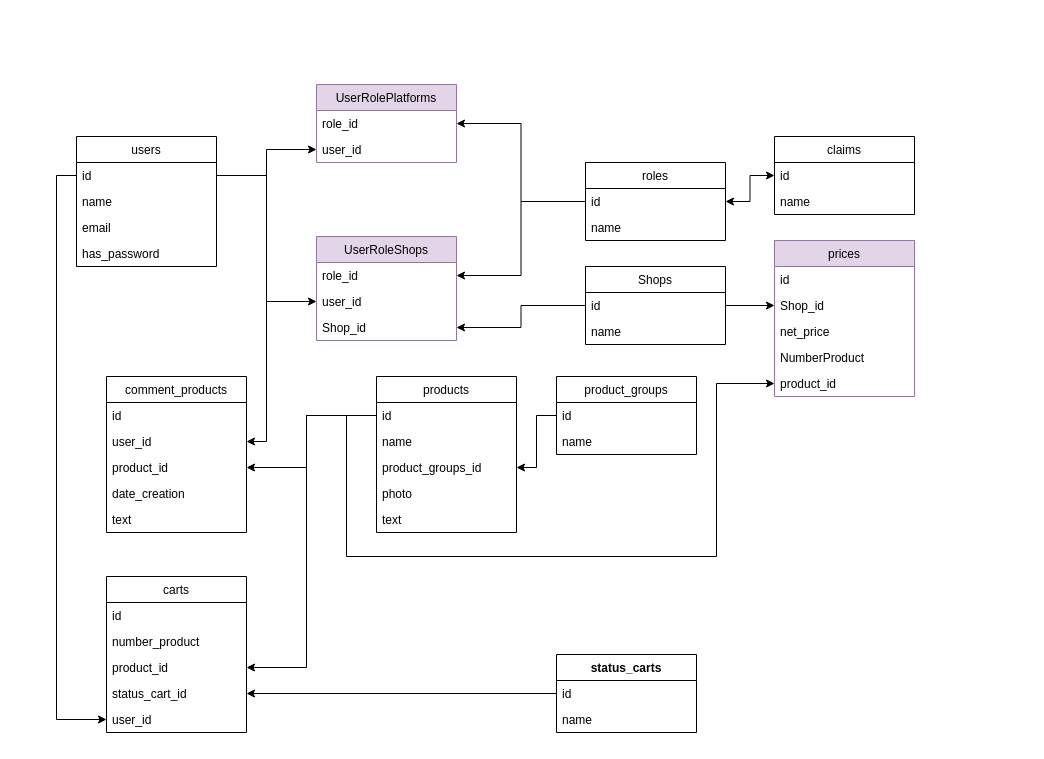
Earlier version of the draw.io diagram diagrams.net.drawio (MrPers/Marketplace). Source tidied: cells renumbered, new cells numbered last; positions are measured from the earlier drawing's top-left corner, leaving out a move shared by most shapes. Both pictures are drawn from the tidied source at 100%, with x=0, y=0 at pixel (76, 84).
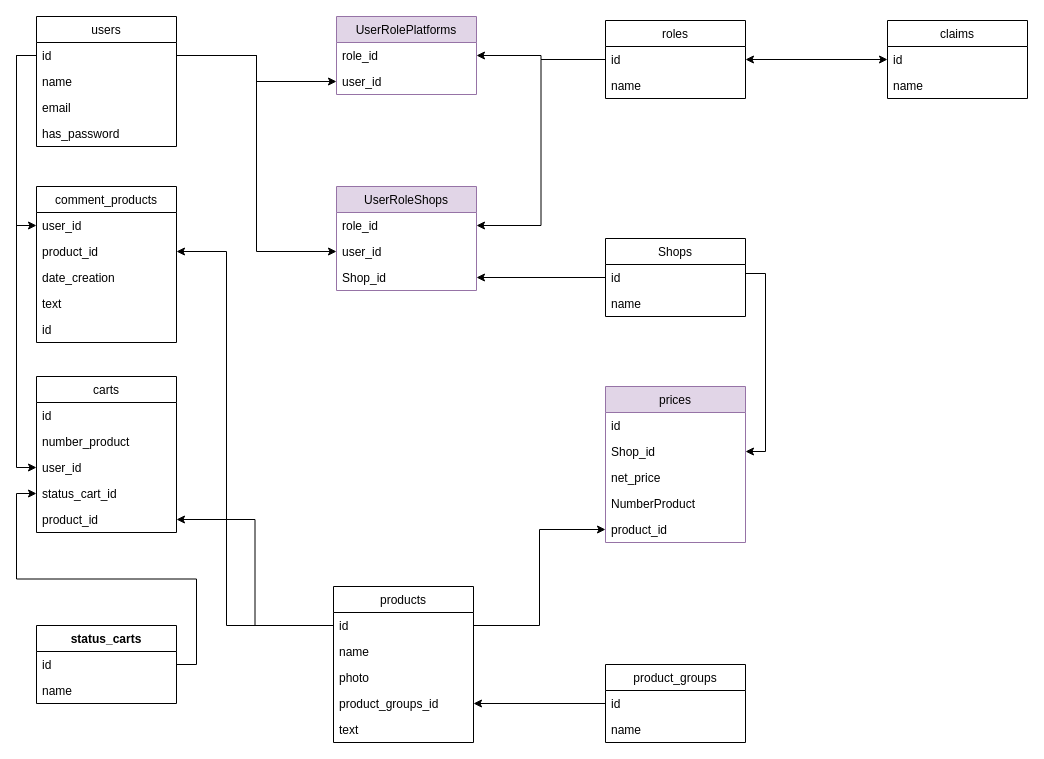
The same diagram, later.

The change refers to these unchanged cells:
```xml
<mxCell id="3" value=" id" style="text;strokeColor=none;fillColor=none;align=left;verticalAlign=top;spacingLeft=4;spacingRight=4;overflow=hidden;points=[[0,0.5],[1,0.5]];portConstraint=eastwest;" parent="2" vertex="1">
  <mxGeometry y="26" width="140" height="26" as="geometry" />
</mxCell>
<mxCell id="12" value="id" style="text;strokeColor=none;fillColor=none;align=left;verticalAlign=top;spacingLeft=4;spacingRight=4;overflow=hidden;points=[[0,0.5],[1,0.5]];portConstraint=eastwest;" parent="11" vertex="1">
  <mxGeometry y="26" width="140" height="26" as="geometry" />
</mxCell>
<mxCell id="17" value="id" style="text;strokeColor=none;fillColor=none;align=left;verticalAlign=top;spacingLeft=4;spacingRight=4;overflow=hidden;points=[[0,0.5],[1,0.5]];portConstraint=eastwest;" parent="16" vertex="1">
  <mxGeometry y="26" width="140" height="26" as="geometry" />
</mxCell>
<mxCell id="20" value="id" style="text;strokeColor=none;fillColor=none;align=left;verticalAlign=top;spacingLeft=4;spacingRight=4;overflow=hidden;points=[[0,0.5],[1,0.5]];portConstraint=eastwest;" parent="19" vertex="1">
  <mxGeometry y="26" width="140" height="26" as="geometry" />
</mxCell>
<mxCell id="23" value="id" style="text;align=left;verticalAlign=top;spacingLeft=4;spacingRight=4;overflow=hidden;points=[[0,0.5],[1,0.5]];portConstraint=eastwest;" parent="22" vertex="1">
  <mxGeometry y="26" width="140" height="26" as="geometry" />
</mxCell>
<mxCell id="32" value="id" style="text;strokeColor=none;fillColor=none;align=left;verticalAlign=top;spacingLeft=4;spacingRight=4;overflow=hidden;points=[[0,0.5],[1,0.5]];portConstraint=eastwest;" parent="31" vertex="1">
  <mxGeometry y="26" width="140" height="26" as="geometry" />
</mxCell>
<mxCell id="36" value="Shop_id" style="text;strokeColor=none;fillColor=none;align=left;verticalAlign=top;spacingLeft=4;spacingRight=4;overflow=hidden;points=[[0,0.5],[1,0.5]];portConstraint=eastwest;" parent="34" vertex="1">
  <mxGeometry y="52" width="140" height="26" as="geometry" />
</mxCell>
<mxCell id="39" value="product_id" style="text;strokeColor=none;fillColor=none;align=left;verticalAlign=top;spacingLeft=4;spacingRight=4;overflow=hidden;points=[[0,0.5],[1,0.5]];portConstraint=eastwest;" parent="34" vertex="1">
  <mxGeometry y="130" width="140" height="26" as="geometry" />
</mxCell>
```

What changed in the source:
```diff
@@
     <mxCell id="2" value="products" style="swimlane;fontStyle=0;horizontal=1;startSize=26;" parent="1" vertex="1">
-      <mxGeometry x="300" y="292" width="140" height="156" as="geometry" />
+      <mxGeometry x="257" y="502" width="140" height="156" as="geometry" />
     </mxCell>
@@
+    <mxCell id="6" value="photo" style="text;strokeColor=none;fillColor=none;align=left;verticalAlign=top;spacingLeft=4;spacingRight=4;overflow=hidden;" parent="2" vertex="1">
+      <mxGeometry y="78" width="140" height="26" as="geometry" />
+    </mxCell>
     <mxCell id="5" value="product_groups_id" style="text;strokeColor=none;fillColor=none;align=left;verticalAlign=top;spacingLeft=4;spacingRight=4;overflow=hidden;points=[[0,0.5],[1,0.5]];portConstraint=eastwest;" parent="2" vertex="1">
-      <mxGeometry y="78" width="140" height="26" as="geometry" />
+      <mxGeometry y="104" width="140" height="26" as="geometry" />
     </mxCell>
-    <mxCell id="6" value="photo" style="text;strokeColor=none;fillColor=none;align=left;verticalAlign=top;spacingLeft=4;spacingRight=4;overflow=hidden;" parent="2" vertex="1">
-      <mxGeometry y="104" width="140" height="26" as="geometry" />
-    </mxCell>
@@
     <mxCell id="8" value="product_groups" style="swimlane;fontStyle=0;horizontal=1;startSize=26;" parent="1" vertex="1">
-      <mxGeometry x="480" y="292" width="140" height="78" as="geometry" />
+      <mxGeometry x="529" y="580" width="140" height="78" as="geometry" />
     </mxCell>
@@
     <mxCell id="11" value="users" style="swimlane;fontStyle=0;horizontal=1;startSize=26;" parent="1" vertex="1">
-      <mxGeometry y="52" width="140" height="130" as="geometry" />
+      <mxGeometry x="-40" y="-68" width="140" height="130" as="geometry" />
     </mxCell>
@@
     <mxCell id="16" value="roles" style="swimlane;fontStyle=0;horizontal=1;startSize=26;" parent="1" vertex="1">
-      <mxGeometry x="509" y="78" width="140" height="78" as="geometry" />
+      <mxGeometry x="529" y="-64" width="140" height="78" as="geometry" />
     </mxCell>
@@
     <mxCell id="19" value="claims" style="swimlane;fontStyle=0;horizontal=1;startSize=26;" parent="1" vertex="1">
-      <mxGeometry x="698" y="52" width="140" height="78" as="geometry" />
+      <mxGeometry x="811" y="-64" width="140" height="78" as="geometry" />
     </mxCell>
@@
     <mxCell id="22" value="Shops" style="swimlane;fontStyle=0;horizontal=1;startSize=26;" parent="1" vertex="1">
-      <mxGeometry x="509" y="182" width="140" height="78" as="geometry" />
+      <mxGeometry x="529" y="154" width="140" height="78" as="geometry" />
     </mxCell>
@@
     <mxCell id="25" value="carts" style="swimlane;fontStyle=0;horizontal=1;startSize=26;" parent="1" vertex="1">
-      <mxGeometry x="30" y="492" width="140" height="156" as="geometry" />
+      <mxGeometry x="-40" y="292" width="140" height="156" as="geometry" />
     </mxCell>
@@
+    <mxCell id="30" value="user_id" style="text;strokeColor=none;fillColor=none;align=left;verticalAlign=top;spacingLeft=4;spacingRight=4;overflow=hidden;points=[[0,0.5],[1,0.5]];portConstraint=eastwest;" parent="25" vertex="1">
+      <mxGeometry y="78" width="140" height="26" as="geometry" />
+    </mxCell>
+    <mxCell id="29" value=" status_cart_id" style="text;strokeColor=none;fillColor=none;align=left;verticalAlign=top;spacingLeft=4;spacingRight=4;overflow=hidden;points=[[0,0.5],[1,0.5]];portConstraint=eastwest;" parent="25" vertex="1">
+      <mxGeometry y="104" width="140" height="26" as="geometry" />
+    </mxCell>
     <mxCell id="28" value="product_id" style="text;strokeColor=none;fillColor=none;align=left;verticalAlign=top;spacingLeft=4;spacingRight=4;overflow=hidden;points=[[0,0.5],[1,0.5]];portConstraint=eastwest;" parent="25" vertex="1">
-      <mxGeometry y="78" width="140" height="26" as="geometry" />
+      <mxGeometry y="130" width="140" height="26" as="geometry" />
     </mxCell>
-    <mxCell id="29" value=" status_cart_id" style="text;strokeColor=none;fillColor=none;align=left;verticalAlign=top;spacingLeft=4;spacingRight=4;overflow=hidden;points=[[0,0.5],[1,0.5]];portConstraint=eastwest;" parent="25" vertex="1">
-      <mxGeometry y="104" width="140" height="26" as="geometry" />
-    </mxCell>
-    <mxCell id="30" value="user_id" style="text;strokeColor=none;fillColor=none;align=left;verticalAlign=top;spacingLeft=4;spacingRight=4;overflow=hidden;points=[[0,0.5],[1,0.5]];portConstraint=eastwest;" parent="25" vertex="1">
-      <mxGeometry y="130" width="140" height="26" as="geometry" />
-    </mxCell>
     <mxCell id="31" value="status_carts" style="swimlane;fontStyle=1;horizontal=1;startSize=26;" parent="1" vertex="1">
-      <mxGeometry x="480" y="570" width="140" height="78" as="geometry" />
+      <mxGeometry x="-40" y="541" width="140" height="78" as="geometry" />
     </mxCell>
@@
     <mxCell id="34" value="prices" style="swimlane;fontStyle=0;horizontal=1;startSize=26;fillColor=#e1d5e7;strokeColor=#9673a6;" parent="1" vertex="1">
-      <mxGeometry x="698" y="156" width="140" height="156" as="geometry" />
+      <mxGeometry x="529" y="302" width="140" height="156" as="geometry" />
     </mxCell>
@@
     <mxCell id="40" value="comment_products" style="swimlane;fontStyle=0;horizontal=1;startSize=26;" parent="1" vertex="1">
-      <mxGeometry x="30" y="292" width="140" height="156" as="geometry" />
+      <mxGeometry x="-40" y="102" width="140" height="156" as="geometry" />
     </mxCell>
-    <mxCell id="41" value="id" style="text;strokeColor=none;fillColor=none;align=left;verticalAlign=top;spacingLeft=4;spacingRight=4;overflow=hidden;" parent="40" vertex="1">
-      <mxGeometry y="26" width="140" height="26" as="geometry" />
-    </mxCell>
     <mxCell id="42" value="user_id" style="text;strokeColor=none;fillColor=none;align=left;verticalAlign=top;spacingLeft=4;spacingRight=4;overflow=hidden;points=[[0,0.5],[1,0.5]];portConstraint=eastwest;" parent="40" vertex="1">
-      <mxGeometry y="52" width="140" height="26" as="geometry" />
+      <mxGeometry y="26" width="140" height="26" as="geometry" />
     </mxCell>
     <mxCell id="43" value="product_id" style="text;strokeColor=none;fillColor=none;align=left;verticalAlign=top;spacingLeft=4;spacingRight=4;overflow=hidden;points=[[0,0.5],[1,0.5]];portConstraint=eastwest;" parent="40" vertex="1">
-      <mxGeometry y="78" width="140" height="26" as="geometry" />
+      <mxGeometry y="52" width="140" height="26" as="geometry" />
     </mxCell>
     <mxCell id="44" value="date_creation" style="text;strokeColor=none;fillColor=none;align=left;verticalAlign=top;spacingLeft=4;spacingRight=4;overflow=hidden;" parent="40" vertex="1">
-      <mxGeometry y="104" width="140" height="26" as="geometry" />
+      <mxGeometry y="78" width="140" height="26" as="geometry" />
     </mxCell>
     <mxCell id="45" value="text" style="text;strokeColor=none;fillColor=none;align=left;verticalAlign=top;spacingLeft=4;spacingRight=4;overflow=hidden;" parent="40" vertex="1">
-      <mxGeometry y="130" width="140" height="26" as="geometry" />
+      <mxGeometry y="104" width="140" height="26" as="geometry" />
     </mxCell>
-    <mxCell id="46" style="edgeStyle=orthogonalEdgeStyle;rounded=0;jettySize=auto;html=1;entryX=1;entryY=0.5;entryDx=0;entryDy=0;startArrow=none;startFill=0;endArrow=classic;endFill=1;exitX=1;exitY=0.5;exitDx=0;exitDy=0;" parent="1" edge="1" source="12" target="42">
-      <mxGeometry relative="1" as="geometry" />
-    </mxCell>
+    <mxCell id="41" value="id" style="text;strokeColor=none;fillColor=none;align=left;verticalAlign=top;spacingLeft=4;spacingRight=4;overflow=hidden;" parent="40" vertex="1">
+      <mxGeometry y="130" width="140" height="26" as="geometry" />
+    </mxCell>
-    <mxCell id="47" style="edgeStyle=orthogonalEdgeStyle;rounded=0;jettySize=auto;html=1;entryX=0;entryY=0.5;entryDx=0;entryDy=0;startArrow=classic;startFill=1;endArrow=none;endFill=0;" parent="1" edge="1" source="29" target="32">
+    <mxCell id="47" style="edgeStyle=orthogonalEdgeStyle;rounded=0;jettySize=auto;html=1;entryX=1;entryY=0.5;entryDx=0;entryDy=0;startArrow=classic;startFill=1;endArrow=none;endFill=0;" parent="1" edge="1" source="29" target="32">
       <mxGeometry relative="1" as="geometry" />
     </mxCell>
@@
-    <mxCell id="49" style="edgeStyle=orthogonalEdgeStyle;rounded=0;jettySize=auto;html=1;startArrow=none;startFill=0;endArrow=classic;endFill=1;exitX=0;exitY=0.5;exitDx=0;exitDy=0;" parent="1" edge="1" source="12" target="30">
-      <mxGeometry relative="1" as="geometry" />
-    </mxCell>
-    <mxCell id="50" style="edgeStyle=orthogonalEdgeStyle;rounded=0;jettySize=auto;html=1;startArrow=classic;startFill=1;endArrow=classic;endFill=1;exitX=0;exitY=0.5;exitDx=0;exitDy=0;entryX=1;entryY=0.5;entryDx=0;entryDy=0;" parent="1" edge="1" source="20" target="17">
-      <mxGeometry relative="1" as="geometry" />
-    </mxCell>
-    <mxCell id="51" style="edgeStyle=orthogonalEdgeStyle;rounded=0;jettySize=auto;html=1;entryX=0;entryY=0.5;entryDx=0;entryDy=0;startArrow=classic;startFill=1;endArrow=none;endFill=0;exitX=1;exitY=0.5;exitDx=0;exitDy=0;" parent="1" edge="1" source="28" target="3">
-      <mxGeometry relative="1" as="geometry">
-        <Array as="points">
-          <mxPoint x="230" y="583" />
-          <mxPoint x="230" y="331" />
-        </Array>
-      </mxGeometry>
-    </mxCell>
     <mxCell id="52" style="edgeStyle=orthogonalEdgeStyle;rounded=0;jettySize=auto;html=1;entryX=1;entryY=0.5;entryDx=0;entryDy=0;startArrow=classic;startFill=1;endArrow=none;endFill=0;" parent="1" edge="1" source="36" target="23">
-      <mxGeometry relative="1" as="geometry" />
+      <mxGeometry relative="1" as="geometry">
+        <Array as="points">
+          <mxPoint x="689" y="367" />
+          <mxPoint x="689" y="189" />
+        </Array>
+      </mxGeometry>
     </mxCell>
@@
     <mxCell id="56" value="UserRolePlatforms" style="swimlane;fontStyle=0;horizontal=1;startSize=26;fillColor=#e1d5e7;strokeColor=#9673a6;" parent="1" vertex="1">
-      <mxGeometry x="240" width="140" height="78" as="geometry" />
+      <mxGeometry x="260" y="-68" width="140" height="78" as="geometry" />
     </mxCell>
@@
     <mxCell id="60" value="UserRoleShops" style="swimlane;fontStyle=0;horizontal=1;startSize=26;fillColor=#e1d5e7;strokeColor=#9673a6;" parent="1" vertex="1">
-      <mxGeometry x="240" y="152" width="140" height="104" as="geometry" />
+      <mxGeometry x="260" y="102" width="140" height="104" as="geometry" />
     </mxCell>
@@
+    <mxCell id="68" style="edgeStyle=orthogonalEdgeStyle;rounded=0;jettySize=auto;html=1;entryX=1;entryY=0.5;entryDx=0;entryDy=0;exitX=0;exitY=0.5;exitDx=0;exitDy=0;" parent="1" edge="1" source="3" target="28">
+      <mxGeometry relative="1" as="geometry" />
+    </mxCell>
-    <mxCell id="66" style="edgeStyle=orthogonalEdgeStyle;rounded=0;jettySize=auto;html=1;startArrow=none;startFill=0;endArrow=classic;endFill=1;" parent="1" edge="1" source="3" target="43">
+    <mxCell id="66" style="edgeStyle=orthogonalEdgeStyle;rounded=0;jettySize=auto;html=1;entryX=1;entryY=0.5;entryDx=0;entryDy=0;exitX=0;exitY=0.5;exitDx=0;exitDy=0;" parent="1" edge="1" source="3" target="43">
       <mxGeometry relative="1" as="geometry">
         <Array as="points">
-          <mxPoint x="230" y="331" />
-          <mxPoint x="230" y="383" />
+          <mxPoint x="150" y="541" />
+          <mxPoint x="150" y="167" />
         </Array>
       </mxGeometry>
     </mxCell>
+    <mxCell id="49" style="edgeStyle=orthogonalEdgeStyle;rounded=0;jettySize=auto;html=1;entryX=0;entryY=0.5;entryDx=0;entryDy=0;" parent="1" edge="1" source="12" target="30">
+      <mxGeometry relative="1" as="geometry" />
+    </mxCell>
+    <mxCell id="46" style="edgeStyle=orthogonalEdgeStyle;rounded=0;jettySize=auto;html=1;entryX=0;entryY=0.5;entryDx=0;entryDy=0;" parent="1" edge="1" source="12" target="42">
+      <mxGeometry relative="1" as="geometry">
+        <Array as="points">
+          <mxPoint x="-60" y="-29" />
+          <mxPoint x="-60" y="141" />
+        </Array>
+      </mxGeometry>
+    </mxCell>
-    <mxCell id="67" style="edgeStyle=orthogonalEdgeStyle;rounded=0;jettySize=auto;html=1;entryX=0;entryY=0.5;entryDx=0;entryDy=0;startArrow=none;startFill=0;endArrow=classic;endFill=1;" parent="1" edge="1" source="3" target="39">
-      <mxGeometry relative="1" as="geometry">
-        <Array as="points">
-          <mxPoint x="270" y="331" />
-          <mxPoint x="270" y="472" />
-          <mxPoint x="640" y="472" />
-          <mxPoint x="640" y="299" />
-        </Array>
-      </mxGeometry>
+    <mxCell id="67" style="edgeStyle=orthogonalEdgeStyle;rounded=0;jettySize=auto;html=1;entryX=0;entryY=0.5;entryDx=0;entryDy=0;" parent="1" edge="1" source="3" target="39">
+      <mxGeometry relative="1" as="geometry" />
     </mxCell>
+    <mxCell id="69" style="edgeStyle=orthogonalEdgeStyle;rounded=0;jettySize=auto;html=1;entryX=0;entryY=0.5;entryDx=0;entryDy=0;startArrow=classic;startFill=1;" parent="1" edge="1" source="17" target="20">
+      <mxGeometry relative="1" as="geometry" />
+    </mxCell>
```
